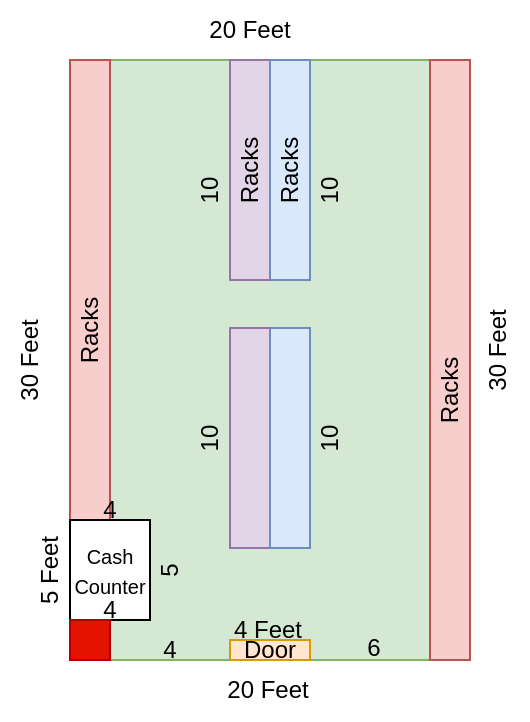
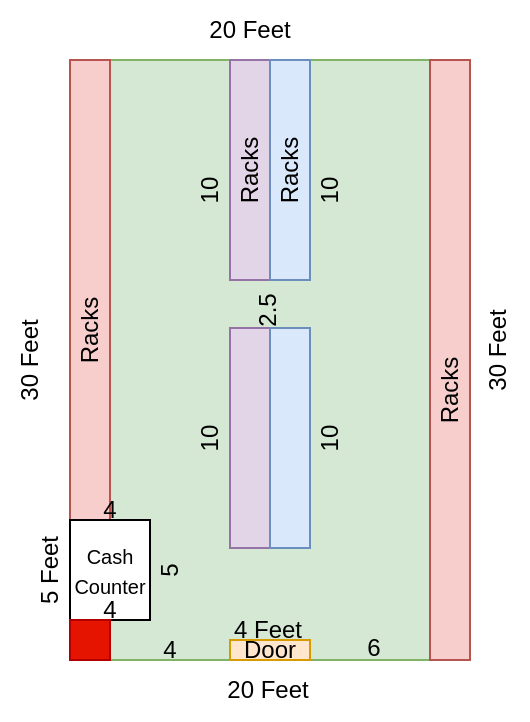
<mxfile host="app.diagrams.net">
  <diagram name="Page-1" id="zG6hiOXuOmAUIq7qCYwK">
    <mxGraphModel dx="651" dy="364" grid="1" gridSize="10" guides="1" tooltips="1" connect="1" arrows="1" fold="1" page="1" pageScale="1" pageWidth="827" pageHeight="1169" math="0" shadow="0">
      <root>
        <mxCell id="0" />
        <mxCell id="1" parent="0" />
        <mxCell id="E7O0KfWV2V88D2bBGpZ0-1" parent="1" style="whiteSpace=wrap;html=1;fillColor=#d5e8d4;strokeColor=#82b366;" value="" vertex="1">
          <mxGeometry height="300" width="200" x="230" y="170" as="geometry" />
        </mxCell>
        <mxCell id="E7O0KfWV2V88D2bBGpZ0-2" parent="1" style="whiteSpace=wrap;html=1;fillColor=#f8cecc;strokeColor=#b85450;" value="" vertex="1">
          <mxGeometry height="230" width="20" x="230" y="170" as="geometry" />
        </mxCell>
        <mxCell id="E7O0KfWV2V88D2bBGpZ0-3" parent="1" style="whiteSpace=wrap;html=1;fillColor=#f8cecc;strokeColor=#b85450;" value="" vertex="1">
          <mxGeometry height="300" width="20" x="410" y="170" as="geometry" />
        </mxCell>
        <mxCell id="E7O0KfWV2V88D2bBGpZ0-4" parent="1" style="whiteSpace=wrap;html=1;fillColor=#e1d5e7;strokeColor=#9673a6;" value="" vertex="1">
          <mxGeometry height="110" width="20" x="310" y="170" as="geometry" />
        </mxCell>
        <mxCell id="E7O0KfWV2V88D2bBGpZ0-5" parent="1" style="whiteSpace=wrap;html=1;fillColor=#dae8fc;strokeColor=#6c8ebf;" value="" vertex="1">
          <mxGeometry height="110" width="20" x="330" y="170" as="geometry" />
        </mxCell>
        <mxCell id="E7O0KfWV2V88D2bBGpZ0-6" parent="1" style="whiteSpace=wrap;html=1;" value="&lt;font style=&quot;font-size: 10px;&quot;&gt;Cash&lt;/font&gt;&lt;div&gt;&lt;font style=&quot;font-size: 10px;&quot;&gt;Counter&lt;/font&gt;&lt;/div&gt;" vertex="1">
          <mxGeometry height="50" width="40" x="230" y="400" as="geometry" />
        </mxCell>
        <mxCell id="E7O0KfWV2V88D2bBGpZ0-7" parent="1" style="text;html=1;whiteSpace=wrap;strokeColor=none;fillColor=none;align=center;verticalAlign=middle;rounded=0;rotation=270;" value="Racks" vertex="1">
          <mxGeometry height="30" width="60" x="310" y="210" as="geometry" />
        </mxCell>
        <mxCell id="E7O0KfWV2V88D2bBGpZ0-8" parent="1" style="text;html=1;whiteSpace=wrap;strokeColor=none;fillColor=none;align=center;verticalAlign=middle;rounded=0;rotation=270;" value="Racks" vertex="1">
          <mxGeometry height="30" width="60" x="390" y="320" as="geometry" />
        </mxCell>
        <mxCell id="E7O0KfWV2V88D2bBGpZ0-9" parent="1" style="text;html=1;whiteSpace=wrap;strokeColor=none;fillColor=none;align=center;verticalAlign=middle;rounded=0;rotation=270;" value="Racks" vertex="1">
          <mxGeometry height="30" width="60" x="290" y="210" as="geometry" />
        </mxCell>
        <mxCell id="E7O0KfWV2V88D2bBGpZ0-10" parent="1" style="text;html=1;whiteSpace=wrap;strokeColor=none;fillColor=none;align=center;verticalAlign=middle;rounded=0;rotation=270;" value="Racks" vertex="1">
          <mxGeometry height="30" width="60" x="210" y="290" as="geometry" />
        </mxCell>
        <mxCell id="E7O0KfWV2V88D2bBGpZ0-11" parent="1" style="text;html=1;whiteSpace=wrap;strokeColor=#d79b00;fillColor=#ffe6cc;align=center;verticalAlign=middle;rounded=0;" value="Door" vertex="1">
          <mxGeometry height="10" width="40" x="310" y="460" as="geometry" />
        </mxCell>
        <mxCell id="E7O0KfWV2V88D2bBGpZ0-12" parent="1" style="text;html=1;whiteSpace=wrap;strokeColor=none;fillColor=none;align=center;verticalAlign=middle;rounded=0;" value="20 Feet" vertex="1">
          <mxGeometry height="30" width="60" x="299" y="470" as="geometry" />
        </mxCell>
        <mxCell id="E7O0KfWV2V88D2bBGpZ0-13" parent="1" style="text;html=1;whiteSpace=wrap;strokeColor=none;fillColor=none;align=center;verticalAlign=middle;rounded=0;" value="20 Feet" vertex="1">
          <mxGeometry height="30" width="60" x="290" y="140" as="geometry" />
        </mxCell>
        <mxCell id="E7O0KfWV2V88D2bBGpZ0-14" parent="1" style="text;html=1;whiteSpace=wrap;strokeColor=none;fillColor=none;align=center;verticalAlign=middle;rounded=0;rotation=270;" value="30 Feet" vertex="1">
          <mxGeometry height="30" width="60" x="414" y="300" as="geometry" />
        </mxCell>
        <mxCell id="E7O0KfWV2V88D2bBGpZ0-15" parent="1" style="text;html=1;whiteSpace=wrap;strokeColor=none;fillColor=none;align=center;verticalAlign=middle;rounded=0;rotation=270;" value="30 Feet" vertex="1">
          <mxGeometry height="30" width="60" x="180" y="305" as="geometry" />
        </mxCell>
        <mxCell id="E7O0KfWV2V88D2bBGpZ0-18" parent="1" style="whiteSpace=wrap;html=1;fillColor=#e1d5e7;strokeColor=#9673a6;" value="" vertex="1">
          <mxGeometry height="110" width="20" x="310" y="304" as="geometry" />
        </mxCell>
        <mxCell id="E7O0KfWV2V88D2bBGpZ0-20" parent="1" style="whiteSpace=wrap;html=1;fillColor=#dae8fc;strokeColor=#6c8ebf;" value="" vertex="1">
          <mxGeometry height="110" width="20" x="330" y="304" as="geometry" />
        </mxCell>
        <mxCell id="E7O0KfWV2V88D2bBGpZ0-21" parent="1" style="text;html=1;whiteSpace=wrap;strokeColor=none;fillColor=none;align=center;verticalAlign=middle;rounded=0;" value="4 Feet" vertex="1">
          <mxGeometry height="10" width="50" x="304" y="450" as="geometry" />
        </mxCell>
        <mxCell id="E7O0KfWV2V88D2bBGpZ0-22" parent="1" style="whiteSpace=wrap;html=1;aspect=fixed;fillColor=#e51400;fontColor=#ffffff;strokeColor=#B20000;" value="" vertex="1">
          <mxGeometry height="20" width="20" x="230" y="450" as="geometry" />
        </mxCell>
        <mxCell id="E7O0KfWV2V88D2bBGpZ0-25" parent="1" style="text;html=1;whiteSpace=wrap;strokeColor=none;fillColor=none;align=center;verticalAlign=middle;rounded=0;rotation=270;" value="5 Feet" vertex="1">
          <mxGeometry height="10" width="40" x="200" y="420" as="geometry" />
        </mxCell>
        <mxCell id="E7O0KfWV2V88D2bBGpZ0-26" parent="1" style="text;html=1;whiteSpace=wrap;strokeColor=none;fillColor=none;align=center;verticalAlign=middle;rounded=0;" value="4" vertex="1">
          <mxGeometry height="10" width="20" x="240" y="440" as="geometry" />
        </mxCell>
        <mxCell id="E7O0KfWV2V88D2bBGpZ0-27" parent="1" style="text;html=1;whiteSpace=wrap;strokeColor=none;fillColor=none;align=center;verticalAlign=middle;rounded=0;" value="4" vertex="1">
          <mxGeometry height="10" width="20" x="240" y="390" as="geometry" />
        </mxCell>
        <mxCell id="E7O0KfWV2V88D2bBGpZ0-28" parent="1" style="text;html=1;whiteSpace=wrap;strokeColor=none;fillColor=none;align=center;verticalAlign=middle;rounded=0;rotation=270;" value="5" vertex="1">
          <mxGeometry height="10" width="20" x="270" y="420" as="geometry" />
        </mxCell>
        <mxCell id="E7O0KfWV2V88D2bBGpZ0-29" parent="1" style="text;html=1;whiteSpace=wrap;strokeColor=none;fillColor=none;align=center;verticalAlign=middle;rounded=0;rotation=270;" value="10" vertex="1">
          <mxGeometry height="10" width="20" x="290" y="230" as="geometry" />
        </mxCell>
        <mxCell id="E7O0KfWV2V88D2bBGpZ0-30" parent="1" style="text;html=1;whiteSpace=wrap;strokeColor=none;fillColor=none;align=center;verticalAlign=middle;rounded=0;rotation=270;" value="10" vertex="1">
          <mxGeometry height="10" width="20" x="350" y="230" as="geometry" />
        </mxCell>
        <mxCell id="E7O0KfWV2V88D2bBGpZ0-31" parent="1" style="text;html=1;whiteSpace=wrap;strokeColor=none;fillColor=none;align=center;verticalAlign=middle;rounded=0;rotation=270;" value="10" vertex="1">
          <mxGeometry height="10" width="20" x="290" y="354" as="geometry" />
        </mxCell>
        <mxCell id="E7O0KfWV2V88D2bBGpZ0-32" parent="1" style="text;html=1;whiteSpace=wrap;strokeColor=none;fillColor=none;align=center;verticalAlign=middle;rounded=0;rotation=270;" value="10" vertex="1">
          <mxGeometry height="10" width="20" x="350" y="354" as="geometry" />
        </mxCell>
        <mxCell id="E7O0KfWV2V88D2bBGpZ0-34" parent="1" style="text;html=1;whiteSpace=wrap;strokeColor=none;fillColor=none;align=center;verticalAlign=middle;rounded=0;" value="4" vertex="1">
          <mxGeometry height="10" width="20" x="270" y="460" as="geometry" />
        </mxCell>
        <mxCell id="E7O0KfWV2V88D2bBGpZ0-35" parent="1" style="text;html=1;whiteSpace=wrap;strokeColor=none;fillColor=none;align=center;verticalAlign=middle;rounded=0;" value="6" vertex="1">
          <mxGeometry height="10" width="20" x="372" y="459" as="geometry" />
        </mxCell>
+         <mxCell id="E7O0KfWV2V88D2bBGpZ0-37" parent="1" style="text;html=1;whiteSpace=wrap;strokeColor=none;fillColor=none;align=center;verticalAlign=middle;rounded=0;rotation=270;" value="2.5" vertex="1">
+           <mxGeometry height="10" width="20" x="319" y="290" as="geometry" />
+         </mxCell>
      </root>
    </mxGraphModel>
  </diagram>
</mxfile>
